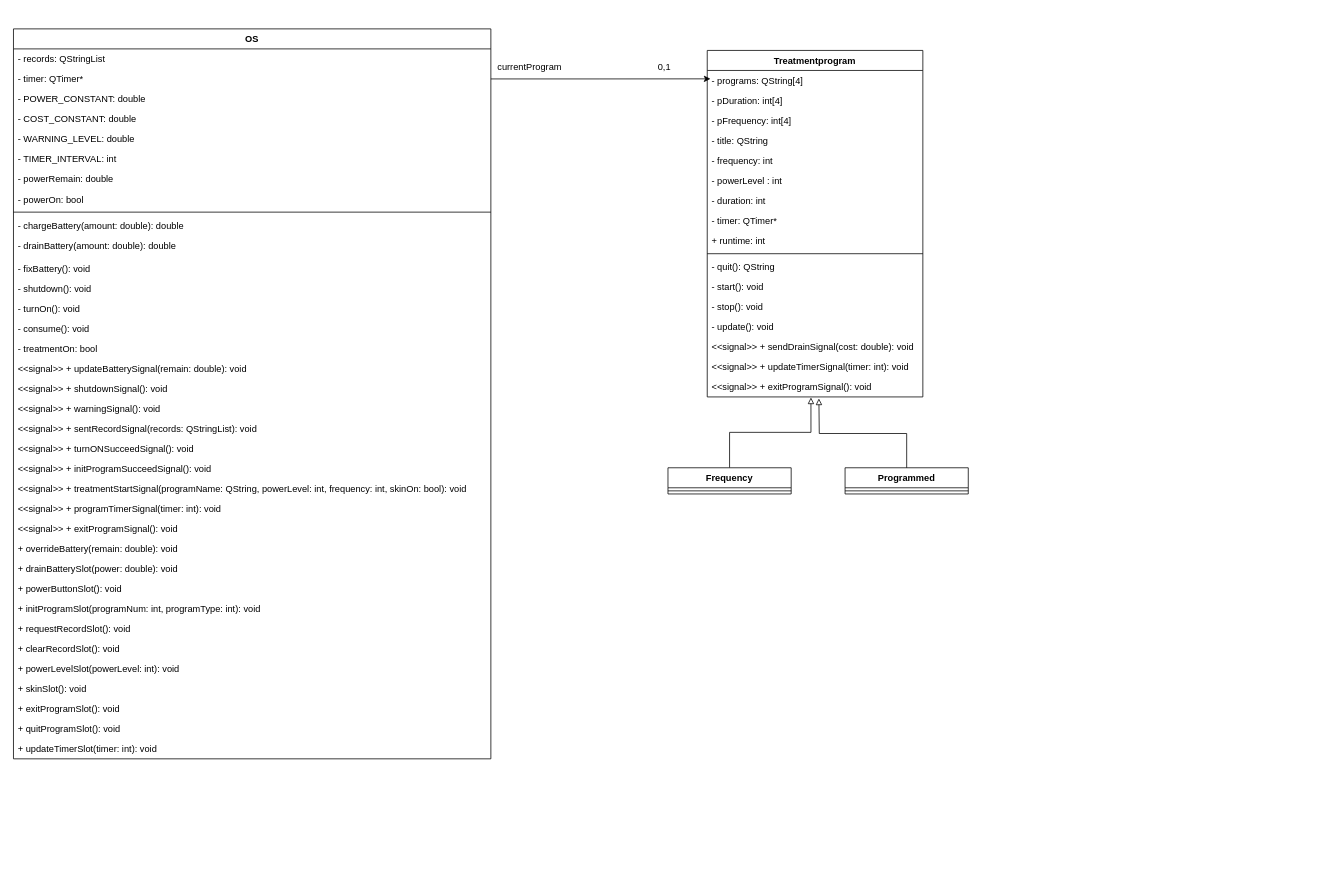
Earlier version of the draw.io diagram uml/uml design.drawio (moxxxx/MCT-simulator). Source tidied: cells renumbered, new cells numbered last; positions are measured from the earlier drawing's top-left corner, leaving out a move shared by most shapes. Both pictures are drawn from the tidied source at 77%, with x=0, y=0 at pixel (13, 28).
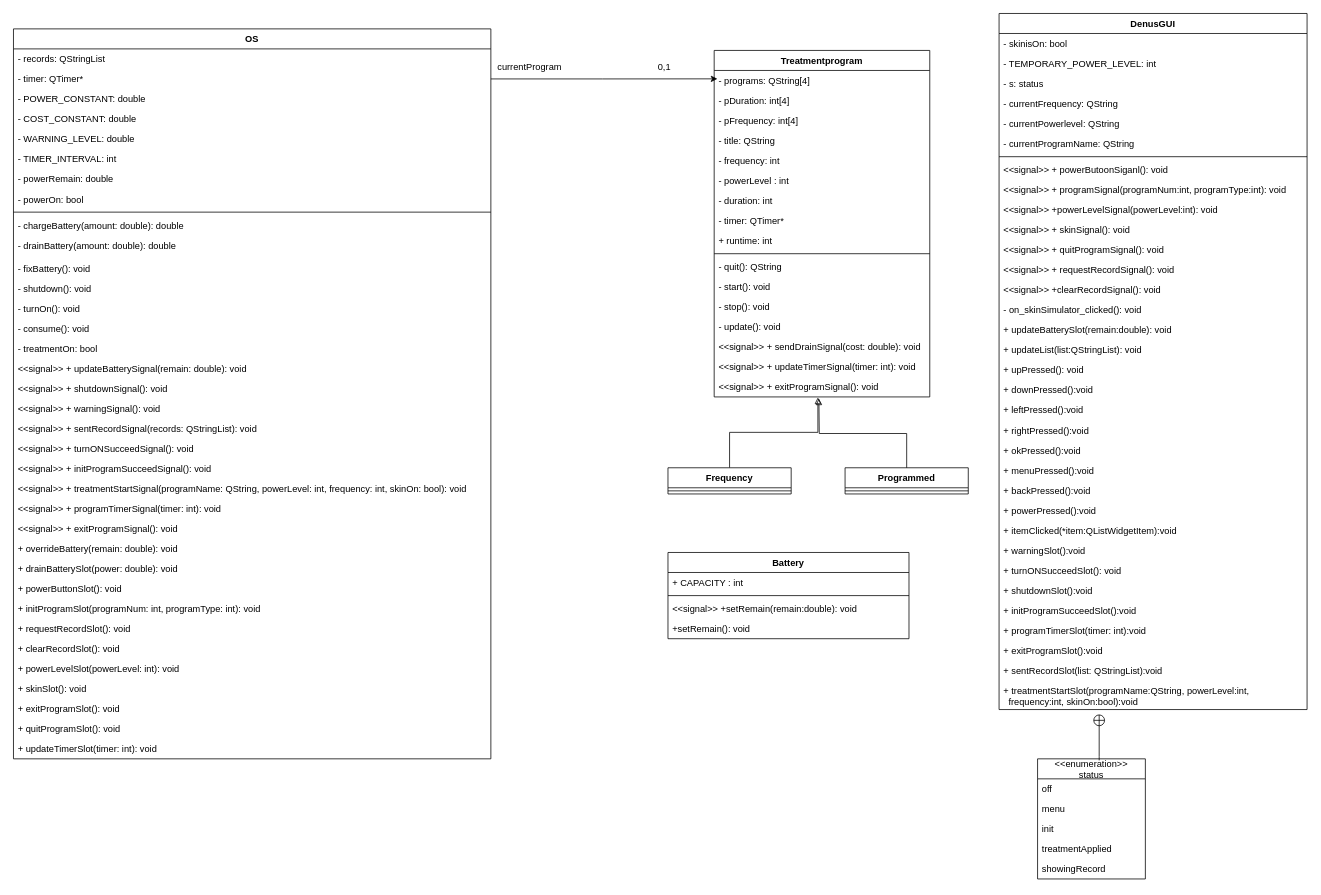
The same page after the edit.

Diff of the diagram source:
```diff
@@
     <mxCell id="47" value="Treatmentprogram" style="swimlane;fontStyle=1;align=center;verticalAlign=top;horizontal=1;startSize=26;" parent="1" vertex="1">
-      <mxGeometry x="901" y="28" width="280" height="450" as="geometry" />
+      <mxGeometry x="910" y="28" width="280" height="450" as="geometry" />
     </mxCell>
@@
+    <mxCell id="66" value="DenusGUI" style="swimlane;fontStyle=1;align=center;verticalAlign=top;horizontal=1;startSize=26;" parent="1" vertex="1">
+      <mxGeometry x="1280" y="-20" width="400" height="904" as="geometry" />
+    </mxCell>
+    <mxCell id="67" value="- skinisOn: bool" style="text;strokeColor=none;fillColor=none;align=left;verticalAlign=top;spacingLeft=4;spacingRight=4;overflow=hidden;" parent="66" vertex="1">
+      <mxGeometry y="26" width="400" height="26" as="geometry" />
+    </mxCell>
+    <mxCell id="68" value="- TEMPORARY_POWER_LEVEL: int" style="text;strokeColor=none;fillColor=none;align=left;verticalAlign=top;spacingLeft=4;spacingRight=4;overflow=hidden;" parent="66" vertex="1">
+      <mxGeometry y="52" width="400" height="26" as="geometry" />
+    </mxCell>
+    <mxCell id="69" value="- s: status" style="text;strokeColor=none;fillColor=none;align=left;verticalAlign=top;spacingLeft=4;spacingRight=4;overflow=hidden;" parent="66" vertex="1">
+      <mxGeometry y="78" width="400" height="26" as="geometry" />
+    </mxCell>
+    <mxCell id="70" value="- currentFrequency: QString" style="text;strokeColor=none;fillColor=none;align=left;verticalAlign=top;spacingLeft=4;spacingRight=4;overflow=hidden;" parent="66" vertex="1">
+      <mxGeometry y="104" width="400" height="26" as="geometry" />
+    </mxCell>
+    <mxCell id="71" value="- currentPowerlevel: QString " style="text;strokeColor=none;fillColor=none;align=left;verticalAlign=top;spacingLeft=4;spacingRight=4;overflow=hidden;" parent="66" vertex="1">
+      <mxGeometry y="130" width="400" height="26" as="geometry" />
+    </mxCell>
+    <mxCell id="72" value="- currentProgramName: QString" style="text;strokeColor=none;fillColor=none;align=left;verticalAlign=top;spacingLeft=4;spacingRight=4;overflow=hidden;" parent="66" vertex="1">
+      <mxGeometry y="156" width="400" height="26" as="geometry" />
+    </mxCell>
+    <mxCell id="73" style="line;strokeWidth=1;fillColor=none;align=left;verticalAlign=middle;spacingTop=-1;spacingLeft=3;spacingRight=3;labelPosition=right;" parent="66" vertex="1">
+      <mxGeometry y="182" width="400" height="8" as="geometry" />
+    </mxCell>
+    <mxCell id="74" value="&lt;&lt;signal&gt;&gt; + powerButoonSiganl(): void" style="text;strokeColor=none;fillColor=none;align=left;verticalAlign=top;spacingLeft=4;spacingRight=4;overflow=hidden;" parent="66" vertex="1">
+      <mxGeometry y="190" width="400" height="26" as="geometry" />
+    </mxCell>
+    <mxCell id="75" value="&lt;&lt;signal&gt;&gt; + programSignal(programNum:int, programType:int): void" style="text;strokeColor=none;fillColor=none;align=left;verticalAlign=top;spacingLeft=4;spacingRight=4;overflow=hidden;" parent="66" vertex="1">
+      <mxGeometry y="216" width="400" height="26" as="geometry" />
+    </mxCell>
+    <mxCell id="76" value="&lt;&lt;signal&gt;&gt; +powerLevelSignal(powerLevel:int): void" style="text;strokeColor=none;fillColor=none;align=left;verticalAlign=top;spacingLeft=4;spacingRight=4;overflow=hidden;" parent="66" vertex="1">
+      <mxGeometry y="242" width="400" height="26" as="geometry" />
+    </mxCell>
+    <mxCell id="77" value="&lt;&lt;signal&gt;&gt; + skinSignal(): void" style="text;strokeColor=none;fillColor=none;align=left;verticalAlign=top;spacingLeft=4;spacingRight=4;overflow=hidden;" parent="66" vertex="1">
+      <mxGeometry y="268" width="400" height="26" as="geometry" />
+    </mxCell>
+    <mxCell id="78" value="&lt;&lt;signal&gt;&gt; + quitProgramSignal(): void" style="text;strokeColor=none;fillColor=none;align=left;verticalAlign=top;spacingLeft=4;spacingRight=4;overflow=hidden;" parent="66" vertex="1">
+      <mxGeometry y="294" width="400" height="26" as="geometry" />
+    </mxCell>
+    <mxCell id="79" value="&lt;&lt;signal&gt;&gt; + requestRecordSignal(): void" style="text;strokeColor=none;fillColor=none;align=left;verticalAlign=top;spacingLeft=4;spacingRight=4;overflow=hidden;" parent="66" vertex="1">
+      <mxGeometry y="320" width="400" height="26" as="geometry" />
+    </mxCell>
+    <mxCell id="80" value="&lt;&lt;signal&gt;&gt; +clearRecordSignal(): void" style="text;strokeColor=none;fillColor=none;align=left;verticalAlign=top;spacingLeft=4;spacingRight=4;overflow=hidden;" parent="66" vertex="1">
+      <mxGeometry y="346" width="400" height="26" as="geometry" />
+    </mxCell>
+    <mxCell id="81" value="- on_skinSimulator_clicked(): void" style="text;strokeColor=none;fillColor=none;align=left;verticalAlign=top;spacingLeft=4;spacingRight=4;overflow=hidden;" parent="66" vertex="1">
+      <mxGeometry y="372" width="400" height="26" as="geometry" />
+    </mxCell>
+    <mxCell id="82" value="+ updateBatterySlot(remain:double): void" style="text;strokeColor=none;fillColor=none;align=left;verticalAlign=top;spacingLeft=4;spacingRight=4;overflow=hidden;" parent="66" vertex="1">
+      <mxGeometry y="398" width="400" height="26" as="geometry" />
+    </mxCell>
+    <mxCell id="83" value="+ updateList(list:QStringList): void" style="text;strokeColor=none;fillColor=none;align=left;verticalAlign=top;spacingLeft=4;spacingRight=4;overflow=hidden;" parent="66" vertex="1">
+      <mxGeometry y="424" width="400" height="26" as="geometry" />
+    </mxCell>
+    <mxCell id="84" value="+ upPressed(): void" style="text;strokeColor=none;fillColor=none;align=left;verticalAlign=top;spacingLeft=4;spacingRight=4;overflow=hidden;" parent="66" vertex="1">
+      <mxGeometry y="450" width="400" height="26" as="geometry" />
+    </mxCell>
+    <mxCell id="85" value="+ downPressed():void" style="text;strokeColor=none;fillColor=none;align=left;verticalAlign=top;spacingLeft=4;spacingRight=4;overflow=hidden;" parent="66" vertex="1">
+      <mxGeometry y="476" width="400" height="26" as="geometry" />
+    </mxCell>
+    <mxCell id="86" value="+ leftPressed():void" style="text;strokeColor=none;fillColor=none;align=left;verticalAlign=top;spacingLeft=4;spacingRight=4;overflow=hidden;" parent="66" vertex="1">
+      <mxGeometry y="502" width="400" height="26" as="geometry" />
+    </mxCell>
+    <mxCell id="87" value="+ rightPressed():void" style="text;strokeColor=none;fillColor=none;align=left;verticalAlign=top;spacingLeft=4;spacingRight=4;overflow=hidden;" parent="66" vertex="1">
+      <mxGeometry y="528" width="400" height="26" as="geometry" />
+    </mxCell>
+    <mxCell id="88" value="+ okPressed():void" style="text;strokeColor=none;fillColor=none;align=left;verticalAlign=top;spacingLeft=4;spacingRight=4;overflow=hidden;" parent="66" vertex="1">
+      <mxGeometry y="554" width="400" height="26" as="geometry" />
+    </mxCell>
+    <mxCell id="89" value="+ menuPressed():void" style="text;strokeColor=none;fillColor=none;align=left;verticalAlign=top;spacingLeft=4;spacingRight=4;overflow=hidden;" parent="66" vertex="1">
+      <mxGeometry y="580" width="400" height="26" as="geometry" />
+    </mxCell>
+    <mxCell id="90" value="+ backPressed():void" style="text;strokeColor=none;fillColor=none;align=left;verticalAlign=top;spacingLeft=4;spacingRight=4;overflow=hidden;" parent="66" vertex="1">
+      <mxGeometry y="606" width="400" height="26" as="geometry" />
+    </mxCell>
+    <mxCell id="91" value="+ powerPressed():void" style="text;strokeColor=none;fillColor=none;align=left;verticalAlign=top;spacingLeft=4;spacingRight=4;overflow=hidden;" parent="66" vertex="1">
+      <mxGeometry y="632" width="400" height="26" as="geometry" />
+    </mxCell>
+    <mxCell id="92" value="+ itemClicked(*item:QListWidgetItem):void" style="text;strokeColor=none;fillColor=none;align=left;verticalAlign=top;spacingLeft=4;spacingRight=4;overflow=hidden;" parent="66" vertex="1">
+      <mxGeometry y="658" width="400" height="26" as="geometry" />
+    </mxCell>
+    <mxCell id="93" value="+ warningSlot():void" style="text;strokeColor=none;fillColor=none;align=left;verticalAlign=top;spacingLeft=4;spacingRight=4;overflow=hidden;" parent="66" vertex="1">
+      <mxGeometry y="684" width="400" height="26" as="geometry" />
+    </mxCell>
+    <mxCell id="94" value="+ turnONSucceedSlot(): void" style="text;strokeColor=none;fillColor=none;align=left;verticalAlign=top;spacingLeft=4;spacingRight=4;overflow=hidden;" parent="66" vertex="1">
+      <mxGeometry y="710" width="400" height="26" as="geometry" />
+    </mxCell>
+    <mxCell id="95" value="+ shutdownSlot():void" style="text;strokeColor=none;fillColor=none;align=left;verticalAlign=top;spacingLeft=4;spacingRight=4;overflow=hidden;" parent="66" vertex="1">
+      <mxGeometry y="736" width="400" height="26" as="geometry" />
+    </mxCell>
+    <mxCell id="96" value="+ initProgramSucceedSlot():void" style="text;strokeColor=none;fillColor=none;align=left;verticalAlign=top;spacingLeft=4;spacingRight=4;overflow=hidden;" parent="66" vertex="1">
+      <mxGeometry y="762" width="400" height="26" as="geometry" />
+    </mxCell>
+    <mxCell id="97" value="+ programTimerSlot(timer: int):void" style="text;strokeColor=none;fillColor=none;align=left;verticalAlign=top;spacingLeft=4;spacingRight=4;overflow=hidden;" parent="66" vertex="1">
+      <mxGeometry y="788" width="400" height="26" as="geometry" />
+    </mxCell>
+    <mxCell id="98" value="+ exitProgramSlot():void" style="text;strokeColor=none;fillColor=none;align=left;verticalAlign=top;spacingLeft=4;spacingRight=4;overflow=hidden;" parent="66" vertex="1">
+      <mxGeometry y="814" width="400" height="26" as="geometry" />
+    </mxCell>
+    <mxCell id="99" value="+ sentRecordSlot(list: QStringList):void" style="text;strokeColor=none;fillColor=none;align=left;verticalAlign=top;spacingLeft=4;spacingRight=4;overflow=hidden;" parent="66" vertex="1">
+      <mxGeometry y="840" width="400" height="26" as="geometry" />
+    </mxCell>
+    <mxCell id="100" value="+ treatmentStartSlot(programName:QString, powerLevel:int,&#10;  frequency:int, skinOn:bool):void" style="text;strokeColor=none;fillColor=none;align=left;verticalAlign=top;spacingLeft=4;spacingRight=4;overflow=hidden;" parent="66" vertex="1">
+      <mxGeometry y="866" width="400" height="38" as="geometry" />
+    </mxCell>
+    <mxCell id="101" value="Battery" style="swimlane;fontStyle=1;align=center;verticalAlign=top;horizontal=1;startSize=26;" parent="1" vertex="1">
+      <mxGeometry x="850" y="680" width="313" height="112" as="geometry" />
+    </mxCell>
+    <mxCell id="102" value="+ CAPACITY : int" style="text;strokeColor=none;fillColor=none;align=left;verticalAlign=top;spacingLeft=4;spacingRight=4;overflow=hidden;" parent="101" vertex="1">
+      <mxGeometry y="26" width="313" height="26" as="geometry" />
+    </mxCell>
+    <mxCell id="103" style="line;strokeWidth=1;fillColor=none;align=left;verticalAlign=middle;spacingTop=-1;spacingLeft=3;spacingRight=3;labelPosition=right;" parent="101" vertex="1">
+      <mxGeometry y="52" width="313" height="8" as="geometry" />
+    </mxCell>
+    <mxCell id="104" value="&lt;&lt;signal&gt;&gt; +setRemain(remain:double): void" style="text;strokeColor=none;fillColor=none;align=left;verticalAlign=top;spacingLeft=4;spacingRight=4;overflow=hidden;" parent="101" vertex="1">
+      <mxGeometry y="60" width="313" height="26" as="geometry" />
+    </mxCell>
+    <mxCell id="105" value="+setRemain(): void" style="text;strokeColor=none;fillColor=none;align=left;verticalAlign=top;spacingLeft=4;spacingRight=4;overflow=hidden;" parent="101" vertex="1">
+      <mxGeometry y="86" width="313" height="26" as="geometry" />
+    </mxCell>
+    <mxCell id="106" style="edgeStyle=orthogonalEdgeStyle;rounded=0;orthogonalLoop=1;jettySize=auto;html=1;endArrow=circlePlus;endFill=0;" parent="1" edge="1">
+      <mxGeometry relative="1" as="geometry">
+        <mxPoint x="1410" y="950" as="sourcePoint" />
+        <mxPoint x="1410" y="890" as="targetPoint" />
+        <Array as="points">
+          <mxPoint x="1410" y="945" />
+        </Array>
+      </mxGeometry>
+    </mxCell>
+    <mxCell id="107" value="&lt;&lt;enumeration&gt;&gt;&#10;status" style="swimlane;fontStyle=0;horizontal=1;startSize=26;fillColor=none;" parent="1" vertex="1">
+      <mxGeometry x="1330" y="948" width="140" height="156" as="geometry" />
+    </mxCell>
+    <mxCell id="108" value="off" style="text;strokeColor=none;fillColor=none;align=left;verticalAlign=top;spacingLeft=4;spacingRight=4;overflow=hidden;" parent="107" vertex="1">
+      <mxGeometry y="26" width="140" height="26" as="geometry" />
+    </mxCell>
+    <mxCell id="109" value="menu" style="text;strokeColor=none;fillColor=none;align=left;verticalAlign=top;spacingLeft=4;spacingRight=4;overflow=hidden;" parent="107" vertex="1">
+      <mxGeometry y="52" width="140" height="26" as="geometry" />
+    </mxCell>
+    <mxCell id="110" value="init" style="text;strokeColor=none;fillColor=none;align=left;verticalAlign=top;spacingLeft=4;spacingRight=4;overflow=hidden;" parent="107" vertex="1">
+      <mxGeometry y="78" width="140" height="26" as="geometry" />
+    </mxCell>
+    <mxCell id="111" value="treatmentApplied" style="text;strokeColor=none;fillColor=none;align=left;verticalAlign=top;spacingLeft=4;spacingRight=4;overflow=hidden;" parent="107" vertex="1">
+      <mxGeometry y="104" width="140" height="26" as="geometry" />
+    </mxCell>
+    <mxCell id="112" value="showingRecord" style="text;strokeColor=none;fillColor=none;align=left;verticalAlign=top;spacingLeft=4;spacingRight=4;overflow=hidden;" parent="107" vertex="1">
+      <mxGeometry y="130" width="140" height="26" as="geometry" />
+    </mxCell>
```
